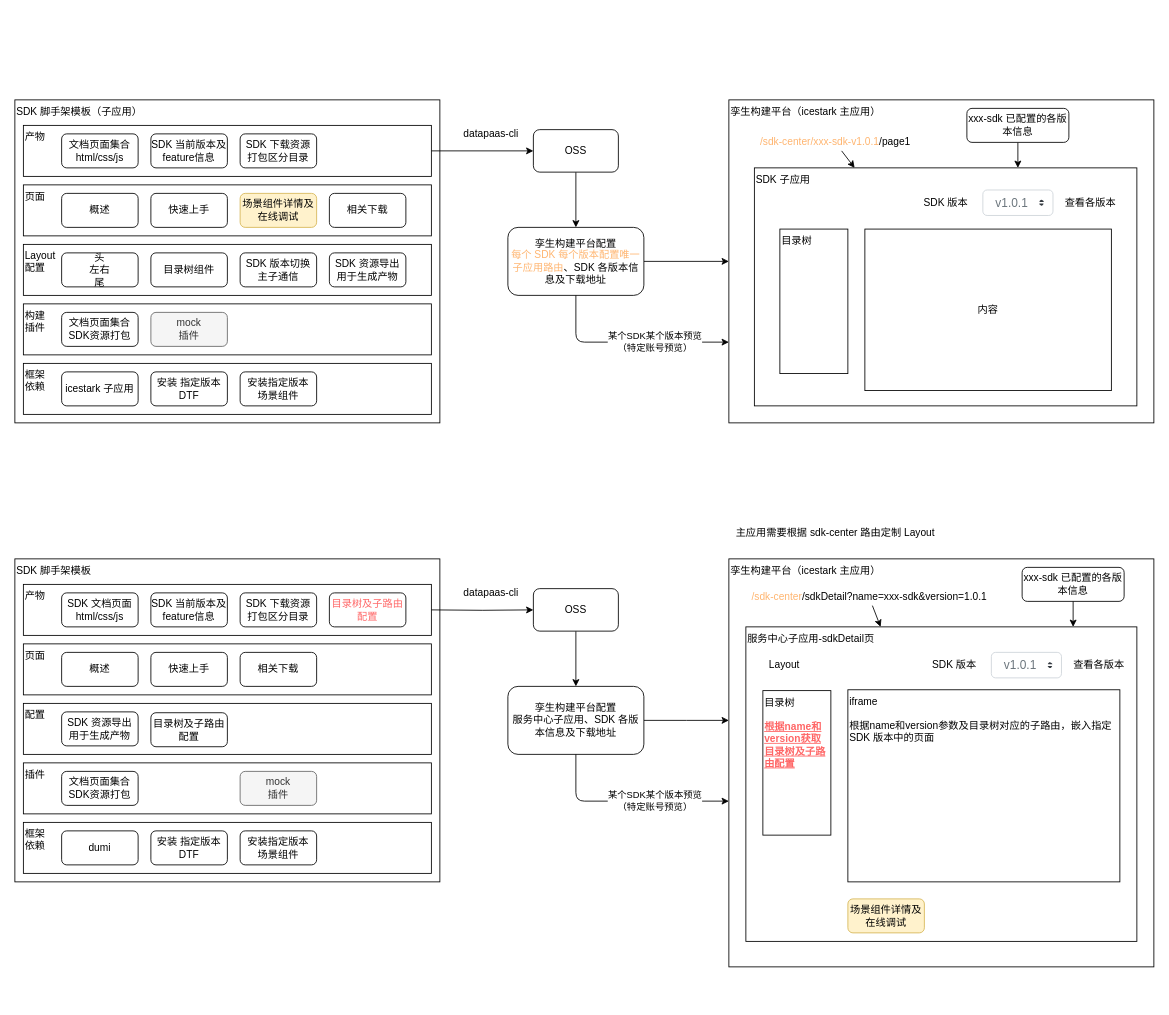
xiazhiqiang/diagrams keeps this draw.io diagram as page "孪生服务中心-SDK设计" (4 of 4) of 场景库.drawio. Above is the earlier version. Source tidied: cells renumbered, new cells numbered last; positions are measured from the earlier drawing's top-left corner, leaving out a move shared by most shapes. Both pictures are drawn from the tidied source at 85%, with x=0, y=0 at pixel (14, 99).
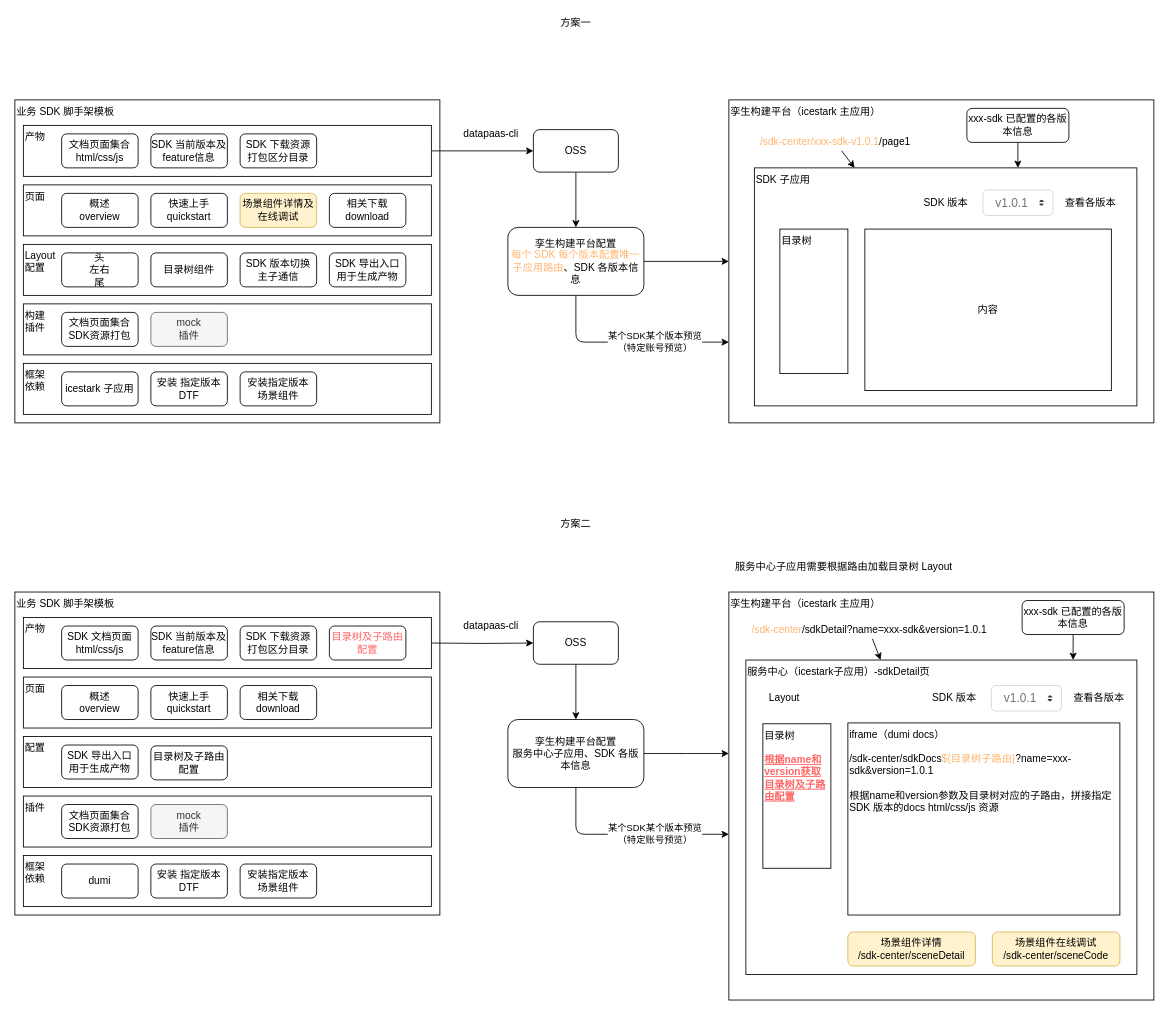
The same page after the edit.

Commit message:
更新场景库.drawio

Change to the diagram source:
```diff
@@
-    <mxCell id="2" value="SDK 脚手架模板（子应用）" style="rounded=0;whiteSpace=wrap;html=1;align=left;verticalAlign=top;" parent="1" vertex="1">
+    <mxCell id="2" value="业务 SDK 脚手架模板" style="rounded=0;whiteSpace=wrap;html=1;align=left;verticalAlign=top;" parent="1" vertex="1">
       <mxGeometry width="500" height="380" as="geometry" />
     </mxCell>
@@
-    <mxCell id="10" value="概述" style="rounded=1;whiteSpace=wrap;html=1;" parent="1" vertex="1">
+    <mxCell id="10" value="概述&lt;br&gt;overview" style="rounded=1;whiteSpace=wrap;html=1;" parent="1" vertex="1">
       <mxGeometry x="55" y="110" width="90" height="40" as="geometry" />
     </mxCell>
-    <mxCell id="11" value="快速上手" style="rounded=1;whiteSpace=wrap;html=1;" parent="1" vertex="1">
+    <mxCell id="11" value="快速上手&lt;br&gt;quickstart" style="rounded=1;whiteSpace=wrap;html=1;" parent="1" vertex="1">
       <mxGeometry x="160" y="110" width="90" height="40" as="geometry" />
     </mxCell>
@@
-    <mxCell id="19" value="相关下载" style="rounded=1;whiteSpace=wrap;html=1;" parent="1" vertex="1">
+    <mxCell id="19" value="相关下载&lt;br&gt;download" style="rounded=1;whiteSpace=wrap;html=1;" parent="1" vertex="1">
       <mxGeometry x="370" y="110" width="90" height="40" as="geometry" />
     </mxCell>
@@
-    <mxCell id="22" value="SDK 资源导出&lt;br&gt;用于生成产物" style="rounded=1;whiteSpace=wrap;html=1;" parent="1" vertex="1">
+    <mxCell id="22" value="SDK 导出入口&lt;br&gt;用于生成产物" style="rounded=1;whiteSpace=wrap;html=1;" parent="1" vertex="1">
       <mxGeometry x="370" y="180" width="90" height="40" as="geometry" />
     </mxCell>
@@
-    <mxCell id="29" value="孪生构建平台配置&lt;br&gt;&lt;font color=&quot;#ffb570&quot;&gt;每个 SDK 每个版本配置唯一子应用路由&lt;/font&gt;、SDK 各版本信息及下载地址" style="rounded=1;whiteSpace=wrap;html=1;align=center;verticalAlign=middle;" parent="1" vertex="1">
+    <mxCell id="29" value="孪生构建平台配置&lt;br&gt;&lt;font color=&quot;#ffb570&quot;&gt;每个 SDK 每个版本配置唯一子应用路由&lt;/font&gt;、SDK 各版本信息" style="rounded=1;whiteSpace=wrap;html=1;align=center;verticalAlign=middle;" parent="1" vertex="1">
       <mxGeometry x="580" y="150" width="160" height="80" as="geometry" />
     </mxCell>
@@
-    <mxCell id="43" value="SDK 脚手架模板" style="rounded=0;whiteSpace=wrap;html=1;align=left;verticalAlign=top;" parent="1" vertex="1">
-      <mxGeometry y="540" width="500" height="380" as="geometry" />
+    <mxCell id="43" value="业务 SDK 脚手架模板" style="rounded=0;whiteSpace=wrap;html=1;align=left;verticalAlign=top;" parent="1" vertex="1">
+      <mxGeometry y="579" width="500" height="380" as="geometry" />
     </mxCell>
     <mxCell id="44" value="框架&lt;br&gt;依赖" style="rounded=0;whiteSpace=wrap;html=1;align=left;verticalAlign=top;" parent="1" vertex="1">
-      <mxGeometry x="10" y="850" width="480" height="60" as="geometry" />
+      <mxGeometry x="10" y="889" width="480" height="60" as="geometry" />
     </mxCell>
     <mxCell id="45" value="dumi" style="rounded=1;whiteSpace=wrap;html=1;" parent="1" vertex="1">
-      <mxGeometry x="55" y="860" width="90" height="40" as="geometry" />
+      <mxGeometry x="55" y="899" width="90" height="40" as="geometry" />
     </mxCell>
     <mxCell id="46" value="插件" style="rounded=0;whiteSpace=wrap;html=1;align=left;verticalAlign=top;" parent="1" vertex="1">
-      <mxGeometry x="10" y="780" width="480" height="60" as="geometry" />
+      <mxGeometry x="10" y="819" width="480" height="60" as="geometry" />
     </mxCell>
     <mxCell id="47" value="文档页面集合SDK资源打包" style="rounded=1;whiteSpace=wrap;html=1;" parent="1" vertex="1">
-      <mxGeometry x="55" y="790" width="90" height="40" as="geometry" />
+      <mxGeometry x="55" y="829" width="90" height="40" as="geometry" />
     </mxCell>
     <mxCell id="48" value="配置" style="rounded=0;whiteSpace=wrap;html=1;align=left;verticalAlign=top;" parent="1" vertex="1">
-      <mxGeometry x="10" y="710" width="480" height="60" as="geometry" />
+      <mxGeometry x="10" y="749" width="480" height="60" as="geometry" />
     </mxCell>
     <mxCell id="49" value="页面" style="rounded=0;whiteSpace=wrap;html=1;align=left;verticalAlign=top;" parent="1" vertex="1">
-      <mxGeometry x="10" y="640" width="480" height="60" as="geometry" />
+      <mxGeometry x="10" y="679" width="480" height="60" as="geometry" />
     </mxCell>
-    <mxCell id="50" value="概述" style="rounded=1;whiteSpace=wrap;html=1;" parent="1" vertex="1">
-      <mxGeometry x="55" y="650" width="90" height="40" as="geometry" />
+    <mxCell id="50" value="概述&lt;br&gt;overview" style="rounded=1;whiteSpace=wrap;html=1;" parent="1" vertex="1">
+      <mxGeometry x="55" y="689" width="90" height="40" as="geometry" />
     </mxCell>
-    <mxCell id="51" value="快速上手" style="rounded=1;whiteSpace=wrap;html=1;" parent="1" vertex="1">
-      <mxGeometry x="160" y="650" width="90" height="40" as="geometry" />
+    <mxCell id="51" value="快速上手&lt;br&gt;quickstart" style="rounded=1;whiteSpace=wrap;html=1;" parent="1" vertex="1">
+      <mxGeometry x="160" y="689" width="90" height="40" as="geometry" />
     </mxCell>
     <mxCell id="52" value="产物" style="rounded=0;whiteSpace=wrap;html=1;align=left;verticalAlign=top;" parent="1" vertex="1">
-      <mxGeometry x="10" y="570" width="480" height="60" as="geometry" />
+      <mxGeometry x="10" y="609" width="480" height="60" as="geometry" />
     </mxCell>
     <mxCell id="53" value="SDK 文档页面&lt;br&gt;html/css/js" style="rounded=1;whiteSpace=wrap;html=1;" parent="1" vertex="1">
-      <mxGeometry x="55" y="580" width="90" height="40" as="geometry" />
+      <mxGeometry x="55" y="619" width="90" height="40" as="geometry" />
     </mxCell>
     <mxCell id="54" value="SDK 当前版本及feature信息" style="rounded=1;whiteSpace=wrap;html=1;" parent="1" vertex="1">
-      <mxGeometry x="160" y="580" width="90" height="40" as="geometry" />
+      <mxGeometry x="160" y="619" width="90" height="40" as="geometry" />
     </mxCell>
     <mxCell id="55" value="SDK 下载资源&lt;br&gt;打包区分目录" style="rounded=1;whiteSpace=wrap;html=1;" parent="1" vertex="1">
-      <mxGeometry x="265" y="580" width="90" height="40" as="geometry" />
+      <mxGeometry x="265" y="619" width="90" height="40" as="geometry" />
     </mxCell>
     <mxCell id="56" value="&lt;font color=&quot;#ff6666&quot;&gt;目录树及子路由配置&lt;/font&gt;" style="rounded=1;whiteSpace=wrap;html=1;" parent="1" vertex="1">
-      <mxGeometry x="370" y="580" width="90" height="40" as="geometry" />
+      <mxGeometry x="370" y="619" width="90" height="40" as="geometry" />
     </mxCell>
-    <mxCell id="57" value="相关下载" style="rounded=1;whiteSpace=wrap;html=1;" parent="1" vertex="1">
-      <mxGeometry x="265" y="650" width="90" height="40" as="geometry" />
+    <mxCell id="57" value="相关下载&lt;br&gt;download" style="rounded=1;whiteSpace=wrap;html=1;" parent="1" vertex="1">
+      <mxGeometry x="265" y="689" width="90" height="40" as="geometry" />
     </mxCell>
     <mxCell id="58" value="安装 指定版本DTF" style="rounded=1;whiteSpace=wrap;html=1;" parent="1" vertex="1">
-      <mxGeometry x="160" y="860" width="90" height="40" as="geometry" />
+      <mxGeometry x="160" y="899" width="90" height="40" as="geometry" />
     </mxCell>
     <mxCell id="59" value="安装指定版本&lt;br&gt;场景组件" style="rounded=1;whiteSpace=wrap;html=1;" parent="1" vertex="1">
-      <mxGeometry x="265" y="860" width="90" height="40" as="geometry" />
+      <mxGeometry x="265" y="899" width="90" height="40" as="geometry" />
     </mxCell>
-    <mxCell id="60" value="SDK 资源导出&lt;br&gt;用于生成产物" style="rounded=1;whiteSpace=wrap;html=1;" parent="1" vertex="1">
-      <mxGeometry x="55" y="720" width="90" height="40" as="geometry" />
+    <mxCell id="60" value="SDK 导出入口&lt;br&gt;用于生成产物" style="rounded=1;whiteSpace=wrap;html=1;" parent="1" vertex="1">
+      <mxGeometry x="55" y="759" width="90" height="40" as="geometry" />
     </mxCell>
     <mxCell id="61" value="孪生构建平台（icestark 主应用）" style="rounded=0;whiteSpace=wrap;html=1;align=left;verticalAlign=top;" parent="1" vertex="1">
-      <mxGeometry x="840" y="540" width="500" height="480" as="geometry" />
+      <mxGeometry x="840" y="579" width="500" height="480" as="geometry" />
     </mxCell>
-    <mxCell id="62" value="服务中心子应用-sdkDetail页" style="rounded=0;whiteSpace=wrap;html=1;align=left;verticalAlign=top;" parent="1" vertex="1">
-      <mxGeometry x="860" y="620" width="460" height="370" as="geometry" />
+    <mxCell id="62" value="服务中心（icestark子应用）-sdkDetail页" style="rounded=0;whiteSpace=wrap;html=1;align=left;verticalAlign=top;" parent="1" vertex="1">
+      <mxGeometry x="860" y="659" width="460" height="370" as="geometry" />
     </mxCell>
     <mxCell id="63" value="目录树&lt;br&gt;&lt;br&gt;&lt;div style=&quot;text-align: left&quot;&gt;&lt;span style=&quot;text-align: center&quot;&gt;&lt;font style=&quot;font-weight: bold ; text-decoration: underline&quot; color=&quot;#ff6666&quot;&gt;根据name和version获取 目录树及子路由配置&lt;/font&gt;&lt;/span&gt;&lt;/div&gt;" style="rounded=0;whiteSpace=wrap;html=1;align=left;verticalAlign=top;" parent="1" vertex="1">
-      <mxGeometry x="880" y="695" width="80" height="170" as="geometry" />
+      <mxGeometry x="880" y="734" width="80" height="170" as="geometry" />
     </mxCell>
-    <mxCell id="64" value="iframe&lt;br&gt;&lt;br&gt;根据name和version参数及目录树对应的子路由，嵌入指定 SDK 版本中的页面" style="rounded=0;whiteSpace=wrap;html=1;align=left;verticalAlign=top;" parent="1" vertex="1">
-      <mxGeometry x="980" y="694" width="320" height="226" as="geometry" />
+    <mxCell id="64" value="iframe（dumi docs）&lt;br&gt;&lt;br&gt;/sdk-center/sdkDocs&lt;font color=&quot;#ffb570&quot;&gt;${目录树子路由}&lt;/font&gt;?name=xxx-sdk&amp;amp;version=1.0.1&lt;br&gt;&lt;br&gt;根据name和version参数及目录树对应的子路由，拼接指定 SDK 版本的docs html/css/js 资源" style="rounded=0;whiteSpace=wrap;html=1;align=left;verticalAlign=top;" parent="1" vertex="1">
+      <mxGeometry x="980" y="733" width="320" height="226" as="geometry" />
     </mxCell>
@@
     <mxCell id="66" value="&lt;font color=&quot;#ffb570&quot;&gt;/sdk-center&lt;/font&gt;/sdkDetail?name=xxx-sdk&amp;amp;version=1.0.1" style="text;html=1;align=center;verticalAlign=middle;points=[];strokeColor=none;" parent="1" vertex="1">
-      <mxGeometry x="860" y="575" width="290" height="20" as="geometry" />
+      <mxGeometry x="860" y="614" width="290" height="20" as="geometry" />
     </mxCell>
     <mxCell id="67" style="edgeStyle=orthogonalEdgeStyle;rounded=0;jettySize=auto;html=1;" parent="1" edge="1" target="69">
       <mxGeometry relative="1" as="geometry">
-        <mxPoint x="490" y="600" as="sourcePoint" />
+        <mxPoint x="490" y="639" as="sourcePoint" />
       </mxGeometry>
     </mxCell>
@@
     <mxCell id="69" value="OSS" style="rounded=1;whiteSpace=wrap;html=1;align=center;verticalAlign=middle;" parent="1" vertex="1">
-      <mxGeometry x="610" y="575" width="100" height="50" as="geometry" />
+      <mxGeometry x="610" y="614" width="100" height="50" as="geometry" />
     </mxCell>
     <mxCell id="70" value="datapaas-cli" style="text;html=1;align=center;verticalAlign=middle;strokeColor=none;" parent="1" vertex="1">
-      <mxGeometry x="520" y="570" width="80" height="20" as="geometry" />
+      <mxGeometry x="520" y="609" width="80" height="20" as="geometry" />
     </mxCell>
     <mxCell id="71" style="edgeStyle=orthogonalEdgeStyle;rounded=0;jettySize=auto;html=1;" parent="1" edge="1" source="72">
       <mxGeometry relative="1" as="geometry">
-        <mxPoint x="840" y="730" as="targetPoint" />
+        <mxPoint x="840" y="769" as="targetPoint" />
       </mxGeometry>
     </mxCell>
-    <mxCell id="72" value="孪生构建平台配置&lt;br&gt;服务中心子应用、SDK 各版本信息及下载地址" style="rounded=1;whiteSpace=wrap;html=1;align=center;verticalAlign=middle;" parent="1" vertex="1">
-      <mxGeometry x="580" y="690" width="160" height="80" as="geometry" />
+    <mxCell id="72" value="孪生构建平台配置&lt;br&gt;服务中心子应用、SDK 各版本信息" style="rounded=1;whiteSpace=wrap;html=1;align=center;verticalAlign=middle;" parent="1" vertex="1">
+      <mxGeometry x="580" y="729" width="160" height="80" as="geometry" />
     </mxCell>
     <mxCell id="73" style="endArrow=classic;html=1;entryX=0;entryY=0.75;entryDx=0;entryDy=0;" parent="1" edge="1" source="72">
       <mxGeometry relative="1" as="geometry">
-        <mxPoint x="840" y="825" as="targetPoint" />
+        <mxPoint x="840" y="864" as="targetPoint" />
         <Array as="points">
-          <mxPoint x="660" y="825" />
+          <mxPoint x="660" y="864" />
         </Array>
       </mxGeometry>
     </mxCell>
@@
     <mxCell id="76" value="目录树及子路由配置" style="rounded=1;whiteSpace=wrap;html=1;" parent="1" vertex="1">
-      <mxGeometry x="160" y="721" width="90" height="40" as="geometry" />
+      <mxGeometry x="160" y="760" width="90" height="40" as="geometry" />
     </mxCell>
-    <mxCell id="77" value="主应用需要根据 sdk-center 路由定制 Layout" style="text;html=1;align=center;verticalAlign=middle;strokeColor=none;" parent="1" vertex="1">
-      <mxGeometry x="840" y="500" width="250" height="20" as="geometry" />
+    <mxCell id="77" value="服务中心子应用需要根据路由加载目录树 Layout" style="text;html=1;align=center;verticalAlign=middle;strokeColor=none;" parent="1" vertex="1">
+      <mxGeometry x="840" y="539" width="270" height="20" as="geometry" />
     </mxCell>
     <mxCell id="78" value="xxx-sdk 已配置的各版本信息" style="rounded=1;whiteSpace=wrap;html=1;align=center;verticalAlign=middle;" parent="1" vertex="1">
-      <mxGeometry x="1185" y="550" width="120" height="40" as="geometry" />
+      <mxGeometry x="1185" y="589" width="120" height="40" as="geometry" />
     </mxCell>
     <mxCell id="79" style="endArrow=classic;html=1;exitX=0.5;exitY=1;exitDx=0;exitDy=0;" parent="1" edge="1" source="78">
       <mxGeometry relative="1" as="geometry">
-        <mxPoint x="1245" y="620" as="targetPoint" />
+        <mxPoint x="1245" y="659" as="targetPoint" />
       </mxGeometry>
     </mxCell>
     <mxCell id="80" value="v1.0.1" style="html=1;shadow=0;dashed=0;shape=mxgraph.bootstrap.rrect;rSize=5;fillColor=#ffffff;strokeColor=#CED4DA;align=left;spacing=15;fontSize=14;fontColor=#6C767D;rounded=1;" parent="1" vertex="1">
-      <mxGeometry x="1148.8" y="650" width="82.5" height="30" as="geometry" />
+      <mxGeometry x="1148.8" y="689" width="82.5" height="30" as="geometry" />
     </mxCell>
@@
     <mxCell id="83" value="SDK 版本" style="text;html=1;align=center;verticalAlign=middle;strokeColor=none;" parent="1" vertex="1">
-      <mxGeometry x="1070" y="655" width="70" height="20" as="geometry" />
+      <mxGeometry x="1070" y="694" width="70" height="20" as="geometry" />
     </mxCell>
     <mxCell id="84" value="查看各版本" style="text;html=1;align=center;verticalAlign=middle;strokeColor=none;" parent="1" vertex="1">
-      <mxGeometry x="1235" y="655" width="80" height="20" as="geometry" />
+      <mxGeometry x="1235" y="694" width="80" height="20" as="geometry" />
     </mxCell>
-    <mxCell id="85" value="场景组件详情及在线调试" style="rounded=1;whiteSpace=wrap;html=1;fillColor=#fff2cc;strokeColor=#d6b656;" parent="1" vertex="1">
-      <mxGeometry x="980" y="940" width="90" height="40" as="geometry" />
+    <mxCell id="85" value="场景组件详情&lt;br&gt;/sdk-center/sceneDetail" style="rounded=1;whiteSpace=wrap;html=1;fillColor=#fff2cc;strokeColor=#d6b656;" parent="1" vertex="1">
+      <mxGeometry x="980" y="979" width="150" height="40" as="geometry" />
     </mxCell>
     <mxCell id="86" value="Layout" style="text;html=1;align=center;verticalAlign=middle;strokeColor=none;" parent="1" vertex="1">
-      <mxGeometry x="880" y="655" width="50" height="20" as="geometry" />
+      <mxGeometry x="880" y="694" width="50" height="20" as="geometry" />
     </mxCell>
@@
     <mxCell id="88" value="mock&lt;br&gt;插件" style="rounded=1;whiteSpace=wrap;html=1;fillColor=#f5f5f5;strokeColor=#666666;fontColor=#333333;" parent="1" vertex="1">
-      <mxGeometry x="265" y="790" width="90" height="40" as="geometry" />
+      <mxGeometry x="160" y="829" width="90" height="40" as="geometry" />
     </mxCell>
+    <mxCell id="89" value="场景组件在线调试&lt;br&gt;/sdk-center/sceneCode" style="rounded=1;whiteSpace=wrap;html=1;fillColor=#fff2cc;strokeColor=#d6b656;" parent="1" vertex="1">
+      <mxGeometry x="1150" y="979" width="150" height="40" as="geometry" />
+    </mxCell>
+    <mxCell id="90" value="方案一" style="text;html=1;strokeColor=none;fillColor=none;align=center;verticalAlign=middle;whiteSpace=wrap;rounded=0;" parent="1" vertex="1">
+      <mxGeometry x="640" y="-100" width="40" height="20" as="geometry" />
+    </mxCell>
+    <mxCell id="91" value="方案二" style="text;html=1;strokeColor=none;fillColor=none;align=center;verticalAlign=middle;whiteSpace=wrap;rounded=0;" parent="1" vertex="1">
+      <mxGeometry x="640" y="489" width="40" height="20" as="geometry" />
+    </mxCell>
```
